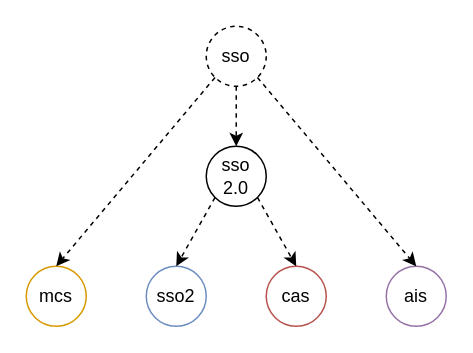
The draw.io diagram page "Page-1" (1 of 2) of sso.drawio in zhangjiongcn/drawio, before the edit. Source tidied: cells renumbered, new cells numbered last; positions are measured from the earlier drawing's top-left corner, leaving out a move shared by most shapes. Both pictures are drawn from the tidied source at 150%, with x=0, y=0 at pixel (26, 26).
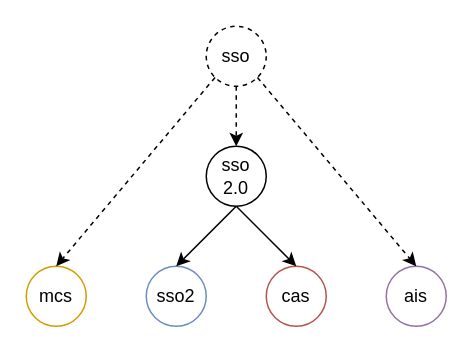
Above is the later version.

Change to the diagram source:
```diff
@@
 <mxGraphModel>
   <root>
     <mxCell id="0" />
     <mxCell id="1" parent="0" />
     <mxCell id="2" value="sso 2.0" style="ellipse;whiteSpace=wrap;html=1;" parent="1" vertex="1">
       <mxGeometry x="120" y="80" width="40" height="40" as="geometry" />
     </mxCell>
     <mxCell id="3" value="sso2" style="ellipse;whiteSpace=wrap;html=1;fillColor=#FFFFFF;strokeColor=#6c8ebf;" parent="1" vertex="1">
       <mxGeometry x="80" y="160" width="40" height="40" as="geometry" />
     </mxCell>
     <mxCell id="4" value="cas" style="ellipse;whiteSpace=wrap;html=1;fillColor=#FFFFFF;strokeColor=#b85450;" parent="1" vertex="1">
       <mxGeometry x="160" y="160" width="40" height="40" as="geometry" />
     </mxCell>
     <mxCell id="5" value="ais" style="ellipse;whiteSpace=wrap;html=1;fillColor=#FFFFFF;strokeColor=#9673a6;" parent="1" vertex="1">
       <mxGeometry x="240" y="160" width="40" height="40" as="geometry" />
     </mxCell>
     <mxCell id="6" value="mcs" style="ellipse;whiteSpace=wrap;html=1;fillColor=#ffffff;strokeColor=#d79b00;" parent="1" vertex="1">
       <mxGeometry y="160" width="40" height="40" as="geometry" />
     </mxCell>
     <mxCell id="7" style="edgeStyle=orthogonalEdgeStyle;rounded=0;jettySize=auto;html=1;exitX=0.5;exitY=1;exitDx=0;exitDy=0;entryX=0.5;entryY=0;entryDx=0;entryDy=0;dashed=1;" parent="1" edge="1" source="8" target="2">
       <mxGeometry relative="1" as="geometry" />
     </mxCell>
     <mxCell id="8" value="sso" style="ellipse;whiteSpace=wrap;html=1;dashed=1;" parent="1" vertex="1">
       <mxGeometry x="120" width="40" height="40" as="geometry" />
     </mxCell>
-    <mxCell id="9" style="endArrow=classic;html=1;exitX=0;exitY=1;exitDx=0;exitDy=0;entryX=0.5;entryY=0;entryDx=0;entryDy=0;dashed=1;" parent="1" edge="1" source="2" target="3">
+    <mxCell id="9" style="endArrow=classic;html=1;exitX=0.5;exitY=1;exitDx=0;exitDy=0;entryX=0.5;entryY=0;entryDx=0;entryDy=0;" parent="1" edge="1" source="2" target="3">
       <mxGeometry relative="1" as="geometry" />
     </mxCell>
-    <mxCell id="10" style="endArrow=classic;html=1;exitX=1;exitY=1;exitDx=0;exitDy=0;entryX=0.5;entryY=0;entryDx=0;entryDy=0;dashed=1;" parent="1" edge="1" source="2" target="4">
+    <mxCell id="10" style="endArrow=classic;html=1;exitX=0.5;exitY=1;exitDx=0;exitDy=0;entryX=0.5;entryY=0;entryDx=0;entryDy=0;" parent="1" edge="1" source="2" target="4">
       <mxGeometry relative="1" as="geometry" />
     </mxCell>
     <mxCell id="11" style="endArrow=classic;html=1;exitX=1;exitY=1;exitDx=0;exitDy=0;entryX=0.5;entryY=0;entryDx=0;entryDy=0;dashed=1;" parent="1" edge="1" source="8" target="5">
       <mxGeometry relative="1" as="geometry" />
     </mxCell>
     <mxCell id="12" style="endArrow=classic;html=1;exitX=0;exitY=1;exitDx=0;exitDy=0;entryX=0.5;entryY=0;entryDx=0;entryDy=0;dashed=1;" parent="1" edge="1" source="8" target="6">
       <mxGeometry relative="1" as="geometry" />
     </mxCell>
   </root>
 </mxGraphModel>
```
